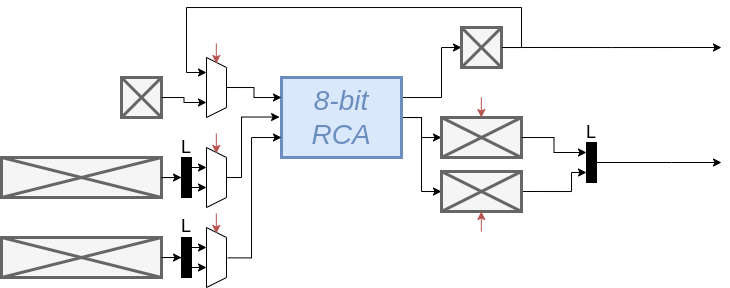
Before: static/images/800/sequential.png, a diagram exported from draw.io (KULeuven-Diepenbeek/course_disch). Source tidied: cells renumbered, new cells last; positions are measured from the earlier drawing's top-left corner, leaving out a move shared by most shapes. Source of this version:
```xml
<mxGraphModel>
  <root>
    <mxCell id="0" />
    <mxCell id="1" parent="0" />
    <mxCell id="2" style="group;" parent="1" vertex="1">
      <mxGeometry x="120" y="70" width="40" height="40" as="geometry" />
    </mxCell>
    <mxCell id="3" style="rounded=0;whiteSpace=wrap;html=1;fillColor=#f5f5f5;fontColor=#333333;strokeColor=#666666;strokeWidth=3;" parent="2" vertex="1">
      <mxGeometry width="40" height="40" as="geometry" />
    </mxCell>
    <mxCell id="4" style="endArrow=none;html=1;rounded=0;fillColor=#f5f5f5;strokeColor=#666666;strokeWidth=3;exitX=0;exitY=1;exitDx=0;exitDy=0;entryX=1;entryY=0;entryDx=0;entryDy=0;" parent="2" edge="1" source="3" target="3">
      <mxGeometry relative="1" as="geometry" />
    </mxCell>
    <mxCell id="5" style="endArrow=none;html=1;rounded=0;fillColor=#f5f5f5;strokeColor=#666666;strokeWidth=3;exitX=0;exitY=0;exitDx=0;exitDy=0;entryX=1;entryY=1;entryDx=0;entryDy=0;" parent="2" edge="1" source="3" target="3">
      <mxGeometry relative="1" as="geometry" />
    </mxCell>
    <mxCell id="6" style="group;" parent="1" vertex="1">
      <mxGeometry y="150" width="160" height="40" as="geometry" />
    </mxCell>
    <mxCell id="7" style="rounded=0;whiteSpace=wrap;html=1;fillColor=#f5f5f5;fontColor=#333333;strokeColor=#666666;strokeWidth=3;" parent="6" vertex="1">
      <mxGeometry width="160" height="40" as="geometry" />
    </mxCell>
    <mxCell id="8" style="endArrow=none;html=1;rounded=0;fillColor=#f5f5f5;strokeColor=#666666;strokeWidth=3;exitX=0;exitY=1;exitDx=0;exitDy=0;entryX=1;entryY=0;entryDx=0;entryDy=0;" parent="6" edge="1" source="7" target="7">
      <mxGeometry relative="1" as="geometry" />
    </mxCell>
    <mxCell id="9" style="endArrow=none;html=1;rounded=0;fillColor=#f5f5f5;strokeColor=#666666;strokeWidth=3;exitX=0;exitY=0;exitDx=0;exitDy=0;entryX=1;entryY=1;entryDx=0;entryDy=0;" parent="6" edge="1" source="7" target="7">
      <mxGeometry relative="1" as="geometry" />
    </mxCell>
    <mxCell id="10" style="group;" parent="1" vertex="1">
      <mxGeometry y="230" width="160" height="40" as="geometry" />
    </mxCell>
    <mxCell id="11" style="rounded=0;whiteSpace=wrap;html=1;fillColor=#f5f5f5;fontColor=#333333;strokeColor=#666666;strokeWidth=3;" parent="10" vertex="1">
      <mxGeometry width="160" height="40" as="geometry" />
    </mxCell>
    <mxCell id="12" style="endArrow=none;html=1;rounded=0;fillColor=#f5f5f5;strokeColor=#666666;strokeWidth=3;exitX=0;exitY=1;exitDx=0;exitDy=0;entryX=1;entryY=0;entryDx=0;entryDy=0;" parent="10" edge="1" source="11" target="11">
      <mxGeometry relative="1" as="geometry" />
    </mxCell>
    <mxCell id="13" style="endArrow=none;html=1;rounded=0;fillColor=#f5f5f5;strokeColor=#666666;strokeWidth=3;exitX=0;exitY=0;exitDx=0;exitDy=0;entryX=1;entryY=1;entryDx=0;entryDy=0;" parent="10" edge="1" source="11" target="11">
      <mxGeometry relative="1" as="geometry" />
    </mxCell>
    <mxCell id="14" style="edgeStyle=orthogonalEdgeStyle;rounded=0;jettySize=auto;html=1;entryX=0;entryY=0.5;entryDx=0;entryDy=0;exitX=1;exitY=0.25;exitDx=0;exitDy=0;" parent="1" edge="1" source="17" target="33">
      <mxGeometry relative="1" as="geometry">
        <Array as="points">
          <mxPoint x="440" y="90" />
          <mxPoint x="440" y="40" />
        </Array>
      </mxGeometry>
    </mxCell>
    <mxCell id="15" style="edgeStyle=orthogonalEdgeStyle;rounded=0;jettySize=auto;html=1;entryX=0;entryY=0.5;entryDx=0;entryDy=0;" parent="1" edge="1" source="17" target="41">
      <mxGeometry relative="1" as="geometry" />
    </mxCell>
    <mxCell id="16" style="edgeStyle=orthogonalEdgeStyle;rounded=0;jettySize=auto;html=1;entryX=0;entryY=0.5;entryDx=0;entryDy=0;" parent="1" edge="1" source="17" target="37">
      <mxGeometry relative="1" as="geometry" />
    </mxCell>
    <mxCell id="17" value="&lt;div style=&quot;font-size: 28px;&quot;&gt;&lt;font color=&quot;#6c8ebf&quot; style=&quot;font-size: 28px;&quot;&gt;8-bit&lt;/font&gt;&lt;/div&gt;&lt;div style=&quot;font-size: 28px;&quot;&gt;&lt;font style=&quot;font-size: 28px;&quot;&gt;&lt;font color=&quot;#6c8ebf&quot; style=&quot;font-size: 28px;&quot;&gt;RCA&lt;/font&gt;&lt;/font&gt;&lt;font style=&quot;font-size: 28px;&quot; color=&quot;#82b366&quot;&gt;&lt;br&gt;&lt;/font&gt;&lt;/div&gt;" style="rounded=0;whiteSpace=wrap;html=1;fillColor=#dae8fc;strokeColor=#6c8ebf;strokeWidth=3;fontStyle=2;" parent="1" vertex="1">
      <mxGeometry x="280" y="70" width="120" height="80" as="geometry" />
    </mxCell>
    <mxCell id="18" style="edgeStyle=orthogonalEdgeStyle;rounded=0;jettySize=auto;html=1;exitX=1;exitY=0.5;exitDx=0;exitDy=0;" parent="1" edge="1" source="33">
      <mxGeometry relative="1" as="geometry">
        <mxPoint x="720" y="40" as="targetPoint" />
      </mxGeometry>
    </mxCell>
    <mxCell id="19" style="edgeStyle=orthogonalEdgeStyle;rounded=0;jettySize=auto;html=1;entryX=0;entryY=0.75;entryDx=0;entryDy=0;exitX=1;exitY=0.5;exitDx=0;exitDy=0;" parent="1" edge="1" source="37" target="30">
      <mxGeometry relative="1" as="geometry">
        <Array as="points">
          <mxPoint x="570" y="184" />
          <mxPoint x="570" y="165" />
        </Array>
      </mxGeometry>
    </mxCell>
    <mxCell id="20" style="edgeStyle=orthogonalEdgeStyle;rounded=0;jettySize=auto;html=1;entryX=0;entryY=0.75;entryDx=0;entryDy=0;exitX=0.506;exitY=-0.065;exitDx=0;exitDy=0;exitPerimeter=0;" parent="1" edge="1" source="47" target="17">
      <mxGeometry relative="1" as="geometry">
        <Array as="points">
          <mxPoint x="250" y="250" />
          <mxPoint x="250" y="130" />
        </Array>
      </mxGeometry>
    </mxCell>
    <mxCell id="21" style="rounded=0;whiteSpace=wrap;html=1;fillColor=#000000;" parent="1" vertex="1">
      <mxGeometry x="180" y="230" width="10" height="40" as="geometry" />
    </mxCell>
    <mxCell id="22" style="rounded=0;whiteSpace=wrap;html=1;fillColor=#000000;" parent="1" vertex="1">
      <mxGeometry x="180" y="150" width="10" height="40" as="geometry" />
    </mxCell>
    <mxCell id="23" style="edgeStyle=orthogonalEdgeStyle;rounded=0;jettySize=auto;html=1;entryX=0;entryY=0.5;entryDx=0;entryDy=0;" parent="1" edge="1" source="7" target="22">
      <mxGeometry relative="1" as="geometry" />
    </mxCell>
    <mxCell id="24" style="edgeStyle=orthogonalEdgeStyle;rounded=0;jettySize=auto;html=1;entryX=-0.189;entryY=0.517;entryDx=0;entryDy=0;entryPerimeter=0;" parent="1" edge="1" source="11" target="21">
      <mxGeometry relative="1" as="geometry" />
    </mxCell>
    <mxCell id="25" style="edgeStyle=orthogonalEdgeStyle;rounded=0;jettySize=auto;html=1;entryX=-0.016;entryY=0.494;entryDx=0;entryDy=0;entryPerimeter=0;exitX=0.5;exitY=0;exitDx=0;exitDy=0;" parent="1" edge="1" source="46" target="17">
      <mxGeometry relative="1" as="geometry">
        <Array as="points">
          <mxPoint x="240" y="170" />
          <mxPoint x="240" y="109" />
        </Array>
      </mxGeometry>
    </mxCell>
    <mxCell id="26" style="edgeStyle=orthogonalEdgeStyle;rounded=0;jettySize=auto;html=1;entryX=0.75;entryY=1;entryDx=0;entryDy=0;" parent="1" edge="1" source="3" target="50">
      <mxGeometry relative="1" as="geometry" />
    </mxCell>
    <mxCell id="27" value="&lt;font style=&quot;font-size: 18px;&quot;&gt;L&lt;/font&gt;" style="text;html=1;align=center;verticalAlign=middle;whiteSpace=wrap;rounded=0;" parent="1" vertex="1">
      <mxGeometry x="175" y="125" width="20" height="30" as="geometry" />
    </mxCell>
    <mxCell id="28" value="&lt;font style=&quot;font-size: 18px;&quot;&gt;L&lt;/font&gt;" style="text;html=1;align=center;verticalAlign=middle;whiteSpace=wrap;rounded=0;" parent="1" vertex="1">
      <mxGeometry x="175" y="204" width="20" height="30" as="geometry" />
    </mxCell>
    <mxCell id="29" style="edgeStyle=orthogonalEdgeStyle;rounded=0;jettySize=auto;html=1;" parent="1" edge="1" source="30">
      <mxGeometry relative="1" as="geometry">
        <mxPoint x="720" y="155" as="targetPoint" />
        <Array as="points">
          <mxPoint x="670" y="155" />
          <mxPoint x="670" y="155" />
        </Array>
      </mxGeometry>
    </mxCell>
    <mxCell id="30" style="rounded=0;whiteSpace=wrap;html=1;fillColor=#000000;" parent="1" vertex="1">
      <mxGeometry x="585" y="135" width="10" height="40" as="geometry" />
    </mxCell>
    <mxCell id="31" value="&lt;font style=&quot;font-size: 18px;&quot;&gt;L&lt;/font&gt;" style="text;html=1;align=center;verticalAlign=middle;whiteSpace=wrap;rounded=0;" parent="1" vertex="1">
      <mxGeometry x="580" y="110" width="20" height="30" as="geometry" />
    </mxCell>
    <mxCell id="32" style="group;" parent="1" vertex="1">
      <mxGeometry x="460" y="20" width="40" height="40" as="geometry" />
    </mxCell>
    <mxCell id="33" style="rounded=0;whiteSpace=wrap;html=1;fillColor=#f5f5f5;fontColor=#333333;strokeColor=#666666;strokeWidth=3;" parent="32" vertex="1">
      <mxGeometry width="40" height="40" as="geometry" />
    </mxCell>
    <mxCell id="34" style="endArrow=none;html=1;rounded=0;fillColor=#f5f5f5;strokeColor=#666666;strokeWidth=3;exitX=0;exitY=1;exitDx=0;exitDy=0;entryX=1;entryY=0;entryDx=0;entryDy=0;" parent="32" edge="1" source="33" target="33">
      <mxGeometry relative="1" as="geometry" />
    </mxCell>
    <mxCell id="35" style="endArrow=none;html=1;rounded=0;fillColor=#f5f5f5;strokeColor=#666666;strokeWidth=3;exitX=0;exitY=0;exitDx=0;exitDy=0;entryX=1;entryY=1;entryDx=0;entryDy=0;" parent="32" edge="1" source="33" target="33">
      <mxGeometry relative="1" as="geometry" />
    </mxCell>
    <mxCell id="36" style="group;" parent="1" vertex="1">
      <mxGeometry x="440" y="164" width="80" height="40" as="geometry" />
    </mxCell>
    <mxCell id="37" style="rounded=0;whiteSpace=wrap;html=1;fillColor=#f5f5f5;fontColor=#333333;strokeColor=#666666;strokeWidth=3;" parent="36" vertex="1">
      <mxGeometry width="80" height="40" as="geometry" />
    </mxCell>
    <mxCell id="38" style="endArrow=none;html=1;rounded=0;fillColor=#f5f5f5;strokeColor=#666666;strokeWidth=3;exitX=0;exitY=1;exitDx=0;exitDy=0;entryX=1;entryY=0;entryDx=0;entryDy=0;" parent="36" edge="1" source="37" target="37">
      <mxGeometry relative="1" as="geometry" />
    </mxCell>
    <mxCell id="39" style="endArrow=none;html=1;rounded=0;fillColor=#f5f5f5;strokeColor=#666666;strokeWidth=3;exitX=0;exitY=0;exitDx=0;exitDy=0;entryX=1;entryY=1;entryDx=0;entryDy=0;" parent="36" edge="1" source="37" target="37">
      <mxGeometry relative="1" as="geometry" />
    </mxCell>
    <mxCell id="40" style="group;" parent="1" vertex="1">
      <mxGeometry x="440" y="110" width="80" height="40" as="geometry" />
    </mxCell>
    <mxCell id="41" style="rounded=0;whiteSpace=wrap;html=1;fillColor=#f5f5f5;fontColor=#333333;strokeColor=#666666;strokeWidth=3;" parent="40" vertex="1">
      <mxGeometry width="80" height="40" as="geometry" />
    </mxCell>
    <mxCell id="42" style="endArrow=none;html=1;rounded=0;fillColor=#f5f5f5;strokeColor=#666666;strokeWidth=3;exitX=0;exitY=1;exitDx=0;exitDy=0;entryX=1;entryY=0;entryDx=0;entryDy=0;" parent="40" edge="1" source="41" target="41">
      <mxGeometry relative="1" as="geometry" />
    </mxCell>
    <mxCell id="43" style="endArrow=none;html=1;rounded=0;fillColor=#f5f5f5;strokeColor=#666666;strokeWidth=3;exitX=0;exitY=0;exitDx=0;exitDy=0;entryX=1;entryY=1;entryDx=0;entryDy=0;" parent="40" edge="1" source="41" target="41">
      <mxGeometry relative="1" as="geometry" />
    </mxCell>
    <mxCell id="44" style="edgeStyle=orthogonalEdgeStyle;rounded=0;jettySize=auto;html=1;entryX=0;entryY=0.25;entryDx=0;entryDy=0;" parent="1" edge="1" source="41" target="30">
      <mxGeometry relative="1" as="geometry" />
    </mxCell>
    <mxCell id="45" style="edgeStyle=orthogonalEdgeStyle;rounded=0;jettySize=auto;html=1;entryX=0.25;entryY=1;entryDx=0;entryDy=0;" parent="1" edge="1" source="33" target="50">
      <mxGeometry relative="1" as="geometry">
        <Array as="points">
          <mxPoint x="520" y="40" />
          <mxPoint x="520" />
          <mxPoint x="185" />
          <mxPoint x="185" y="65" />
        </Array>
      </mxGeometry>
    </mxCell>
    <mxCell id="46" style="shape=trapezoid;perimeter=trapezoidPerimeter;whiteSpace=wrap;html=1;fixedSize=1;rotation=90;size=10;" parent="1" vertex="1">
      <mxGeometry x="185" y="160" width="60" height="20" as="geometry" />
    </mxCell>
    <mxCell id="47" style="shape=trapezoid;perimeter=trapezoidPerimeter;whiteSpace=wrap;html=1;fixedSize=1;rotation=90;size=10;" parent="1" vertex="1">
      <mxGeometry x="185" y="240" width="60" height="20" as="geometry" />
    </mxCell>
    <mxCell id="48" style="edgeStyle=orthogonalEdgeStyle;rounded=0;jettySize=auto;html=1;" parent="1" edge="1" source="11">
      <mxGeometry relative="1" as="geometry">
        <mxPoint x="180" y="250" as="targetPoint" />
      </mxGeometry>
    </mxCell>
    <mxCell id="49" style="edgeStyle=orthogonalEdgeStyle;rounded=0;jettySize=auto;html=1;entryX=0;entryY=0.25;entryDx=0;entryDy=0;" parent="1" edge="1" source="50" target="17">
      <mxGeometry relative="1" as="geometry" />
    </mxCell>
    <mxCell id="50" style="shape=trapezoid;perimeter=trapezoidPerimeter;whiteSpace=wrap;html=1;fixedSize=1;rotation=90;size=10;" parent="1" vertex="1">
      <mxGeometry x="185" y="70" width="60" height="20" as="geometry" />
    </mxCell>
    <mxCell id="51" style="endArrow=classic;html=1;rounded=0;" parent="1" edge="1">
      <mxGeometry relative="1" as="geometry">
        <mxPoint x="185" y="160" as="sourcePoint" />
        <mxPoint x="205" y="160" as="targetPoint" />
      </mxGeometry>
    </mxCell>
    <mxCell id="52" style="endArrow=classic;html=1;rounded=0;" parent="1" edge="1">
      <mxGeometry relative="1" as="geometry">
        <mxPoint x="185" y="180" as="sourcePoint" />
        <mxPoint x="205" y="180" as="targetPoint" />
      </mxGeometry>
    </mxCell>
    <mxCell id="53" style="endArrow=classic;html=1;rounded=0;" parent="1" edge="1">
      <mxGeometry relative="1" as="geometry">
        <mxPoint x="185" y="240" as="sourcePoint" />
        <mxPoint x="205" y="240" as="targetPoint" />
      </mxGeometry>
    </mxCell>
    <mxCell id="54" style="endArrow=classic;html=1;rounded=0;" parent="1" edge="1">
      <mxGeometry relative="1" as="geometry">
        <mxPoint x="185" y="260" as="sourcePoint" />
        <mxPoint x="205" y="260" as="targetPoint" />
      </mxGeometry>
    </mxCell>
    <mxCell id="55" style="endArrow=classic;html=1;rounded=0;fillColor=#f8cecc;strokeColor=#b85450;" parent="1" edge="1">
      <mxGeometry relative="1" as="geometry">
        <mxPoint x="479.8" y="90" as="sourcePoint" />
        <mxPoint x="479.8" y="110" as="targetPoint" />
      </mxGeometry>
    </mxCell>
    <mxCell id="56" style="endArrow=classic;html=1;rounded=0;fillColor=#f8cecc;strokeColor=#b85450;" parent="1" edge="1">
      <mxGeometry relative="1" as="geometry">
        <mxPoint x="479.8" y="224" as="sourcePoint" />
        <mxPoint x="479.8" y="204" as="targetPoint" />
      </mxGeometry>
    </mxCell>
    <mxCell id="57" style="endArrow=classic;html=1;rounded=0;fillColor=#f8cecc;strokeColor=#b85450;" parent="1" edge="1">
      <mxGeometry relative="1" as="geometry">
        <mxPoint x="214.8" y="36" as="sourcePoint" />
        <mxPoint x="214.8" y="56" as="targetPoint" />
      </mxGeometry>
    </mxCell>
    <mxCell id="58" style="endArrow=classic;html=1;rounded=0;fillColor=#f8cecc;strokeColor=#b85450;" parent="1" edge="1">
      <mxGeometry relative="1" as="geometry">
        <mxPoint x="214.8" y="126" as="sourcePoint" />
        <mxPoint x="214.8" y="146" as="targetPoint" />
      </mxGeometry>
    </mxCell>
    <mxCell id="59" style="endArrow=classic;html=1;rounded=0;fillColor=#f8cecc;strokeColor=#b85450;" parent="1" edge="1">
      <mxGeometry relative="1" as="geometry">
        <mxPoint x="214.8" y="206" as="sourcePoint" />
        <mxPoint x="214.8" y="226" as="targetPoint" />
      </mxGeometry>
    </mxCell>
  </root>
</mxGraphModel>
```
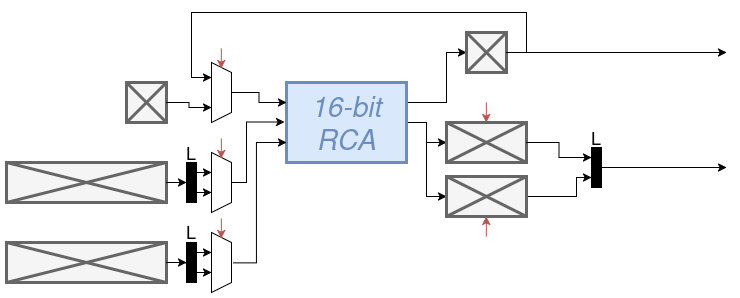
After the change.

Change to the diagram source:
```diff
@@ -52,7 +52,7 @@
     <mxCell id="16" style="edgeStyle=orthogonalEdgeStyle;rounded=0;jettySize=auto;html=1;entryX=0;entryY=0.5;entryDx=0;entryDy=0;" parent="1" edge="1" source="17" target="37">
       <mxGeometry relative="1" as="geometry" />
     </mxCell>
-    <mxCell id="17" value="&lt;div style=&quot;font-size: 28px;&quot;&gt;&lt;font color=&quot;#6c8ebf&quot; style=&quot;font-size: 28px;&quot;&gt;8-bit&lt;/font&gt;&lt;/div&gt;&lt;div style=&quot;font-size: 28px;&quot;&gt;&lt;font style=&quot;font-size: 28px;&quot;&gt;&lt;font color=&quot;#6c8ebf&quot; style=&quot;font-size: 28px;&quot;&gt;RCA&lt;/font&gt;&lt;/font&gt;&lt;font style=&quot;font-size: 28px;&quot; color=&quot;#82b366&quot;&gt;&lt;br&gt;&lt;/font&gt;&lt;/div&gt;" style="rounded=0;whiteSpace=wrap;html=1;fillColor=#dae8fc;strokeColor=#6c8ebf;strokeWidth=3;fontStyle=2;" parent="1" vertex="1">
+    <mxCell id="17" value="&lt;div style=&quot;font-size: 28px;&quot;&gt;&lt;font color=&quot;#6c8ebf&quot; style=&quot;font-size: 28px;&quot;&gt;16-bit&lt;/font&gt;&lt;/div&gt;&lt;div style=&quot;font-size: 28px;&quot;&gt;&lt;font style=&quot;font-size: 28px;&quot;&gt;&lt;font color=&quot;#6c8ebf&quot; style=&quot;font-size: 28px;&quot;&gt;RCA&lt;/font&gt;&lt;/font&gt;&lt;font style=&quot;font-size: 28px;&quot; color=&quot;#82b366&quot;&gt;&lt;br&gt;&lt;/font&gt;&lt;/div&gt;" style="rounded=0;whiteSpace=wrap;html=1;fillColor=#dae8fc;strokeColor=#6c8ebf;strokeWidth=3;fontStyle=2;" parent="1" vertex="1">
       <mxGeometry x="280" y="70" width="120" height="80" as="geometry" />
     </mxCell>
     <mxCell id="18" style="edgeStyle=orthogonalEdgeStyle;rounded=0;jettySize=auto;html=1;exitX=1;exitY=0.5;exitDx=0;exitDy=0;" parent="1" edge="1" source="33">
```
